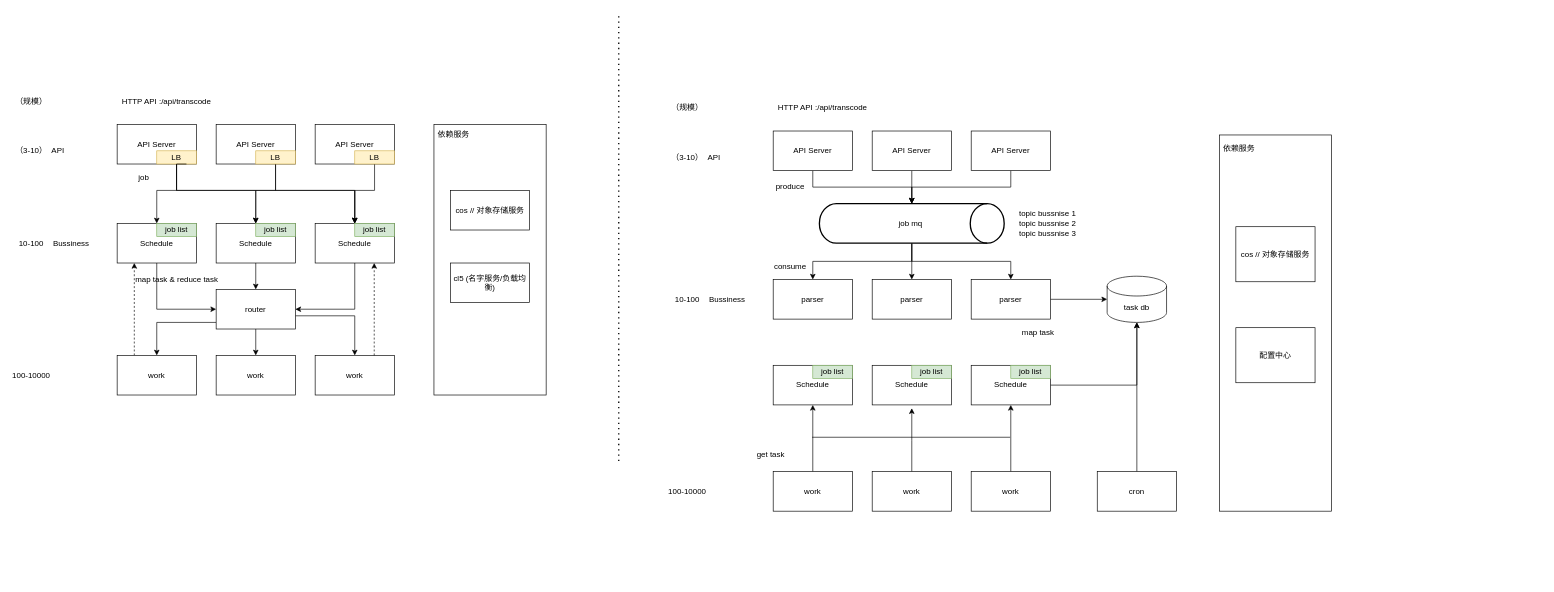
Before: 转码系统.drawio in yohaohge/design, a draw.io diagram. Source tidied: cells renumbered, new cells numbered last; positions are measured from the earlier drawing's top-left corner, leaving out a move shared by most shapes. Both pictures are drawn from the tidied source at 66%, with x=0, y=0 at pixel (11, 12).
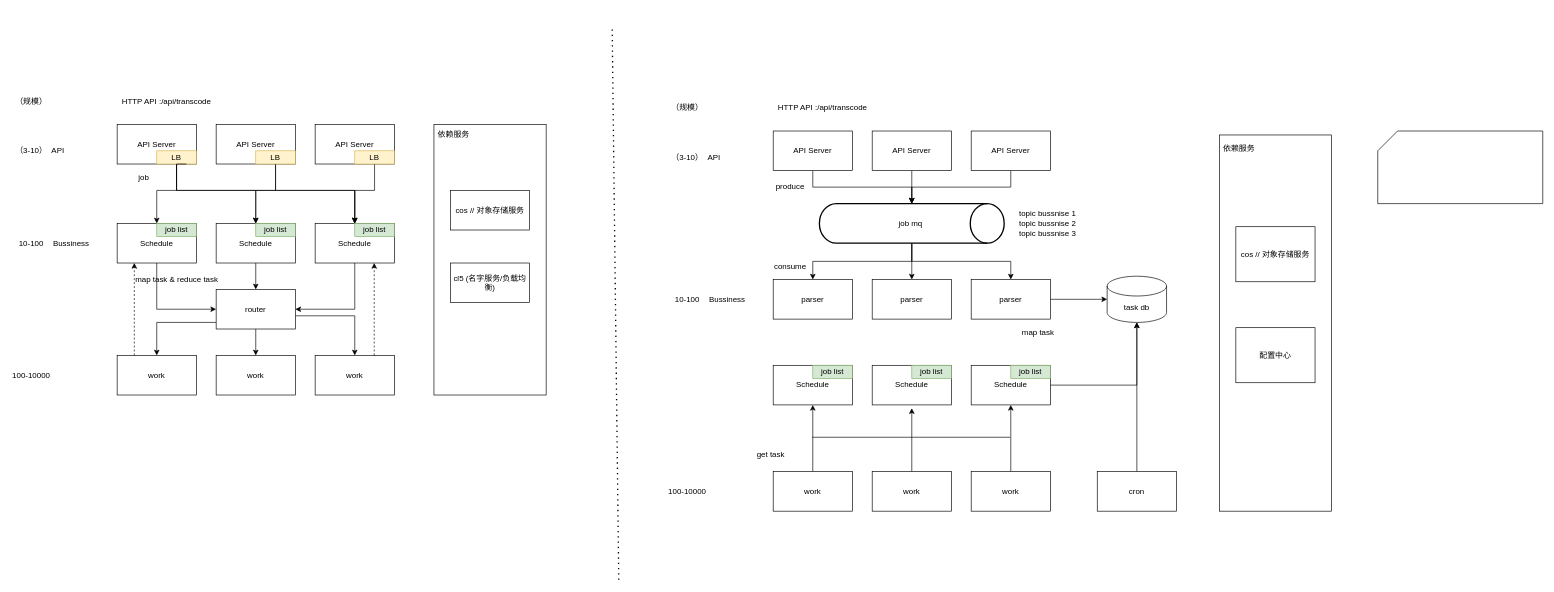
The same page after the edit.

Commit message:
更新转码系统.drawio

The edit, as a diff of the source:
```diff
@@
     <mxCell id="41" style="endArrow=none;dashed=1;html=1;dashPattern=1 3;strokeWidth=2;rounded=0;" parent="1" edge="1">
       <mxGeometry relative="1" as="geometry">
-        <mxPoint x="920" y="680" as="sourcePoint" />
-        <mxPoint x="920" as="targetPoint" />
+        <mxPoint x="920" y="860" as="sourcePoint" />
+        <mxPoint x="910" y="20" as="targetPoint" />
       </mxGeometry>
     </mxCell>
@@
     <mxCell id="78" style="group;" parent="1" vertex="1">
-      <mxGeometry x="1830" y="186" width="170" height="570" as="geometry" />
+      <mxGeometry x="1830" y="186" width="240" height="570" as="geometry" />
     </mxCell>
@@
+    <mxCell id="95" style="shape=card;whiteSpace=wrap;html=1;" parent="1" vertex="1">
+      <mxGeometry x="2070" y="180" width="250" height="110" as="geometry" />
+    </mxCell>
```
